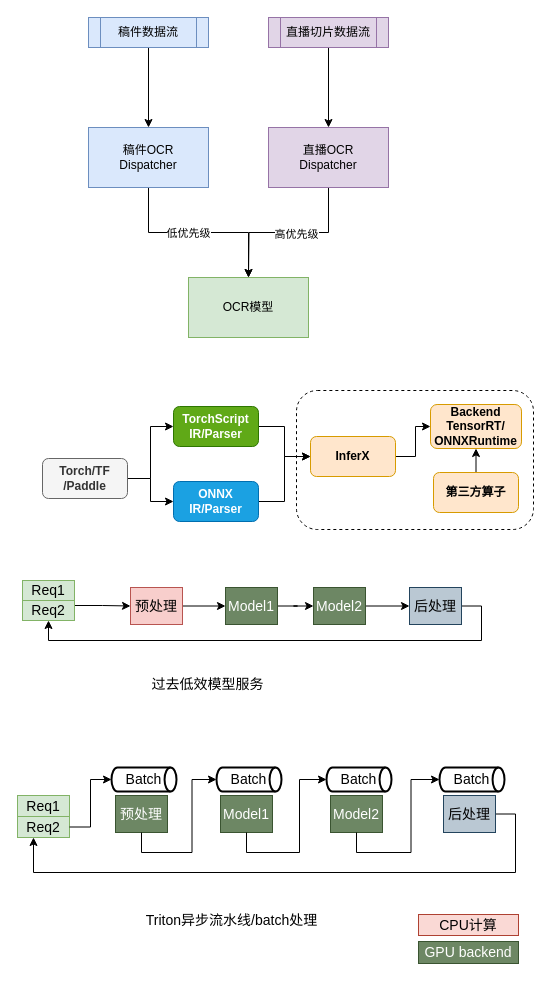
The draw.io diagram 41.drawio in johnsondeng/drawio, before the edit. Source tidied: cells renumbered, new cells numbered last; positions are measured from the earlier drawing's top-left corner, leaving out a move shared by most shapes. Both pictures are drawn from the tidied source at 100%, with x=0, y=0 at pixel (17, 17).
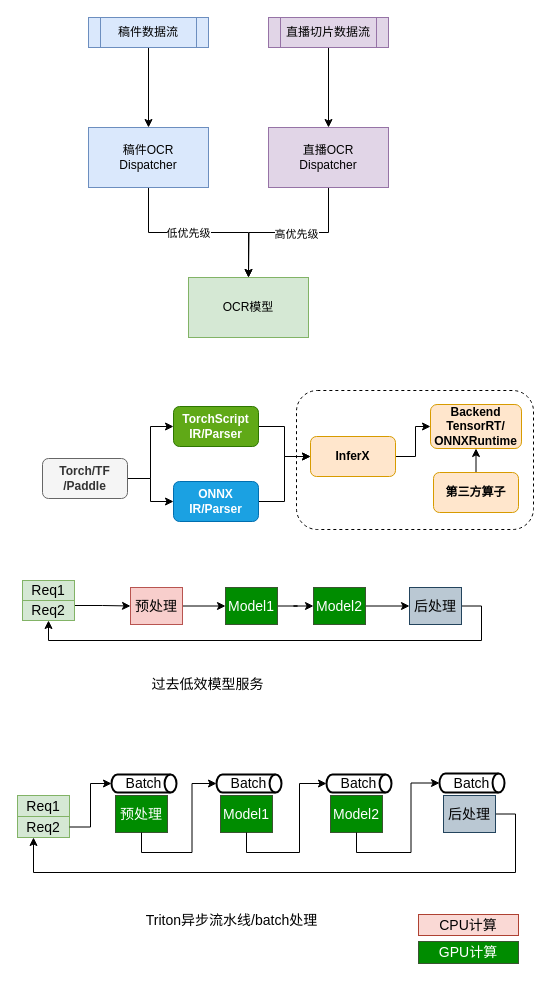
The same page after the edit.

The edit, as a diff of the source:
```diff
@@
-    <mxCell id="29" value="Model1" style="rounded=0;whiteSpace=wrap;html=1;fillColor=#6d8764;strokeColor=#3A5431;fontColor=#ffffff;fontSize=14;" parent="1" vertex="1">
+    <mxCell id="29" value="Model1" style="rounded=0;whiteSpace=wrap;html=1;fillColor=#008C00;strokeColor=#3A5431;fontColor=#ffffff;fontSize=14;" parent="1" vertex="1">
       <mxGeometry x="208" y="570" width="52" height="37" as="geometry" />
     </mxCell>
@@
-    <mxCell id="31" value="Model2" style="rounded=0;whiteSpace=wrap;html=1;fillColor=#6d8764;strokeColor=#3A5431;fontColor=#ffffff;fontSize=14;" parent="1" vertex="1">
+    <mxCell id="31" value="Model2" style="rounded=0;whiteSpace=wrap;html=1;fillColor=#008C00;strokeColor=#3A5431;fontColor=#ffffff;fontSize=14;" parent="1" vertex="1">
       <mxGeometry x="296" y="570" width="52" height="37" as="geometry" />
     </mxCell>
@@
-    <mxCell id="35" value="预处理" style="rounded=0;whiteSpace=wrap;html=1;fillColor=#6d8764;strokeColor=#3A5431;fontColor=#ffffff;fontSize=14;" parent="1" vertex="1">
+    <mxCell id="35" value="预处理" style="rounded=0;whiteSpace=wrap;html=1;fillColor=#008C00;strokeColor=#3A5431;fontColor=#ffffff;fontSize=14;" parent="1" vertex="1">
       <mxGeometry x="98" y="778" width="52" height="37" as="geometry" />
     </mxCell>
     <mxCell id="36" value="Batch" style="strokeWidth=2;html=1;shape=mxgraph.flowchart.direct_data;whiteSpace=wrap;fontSize=14;" parent="1" vertex="1">
-      <mxGeometry x="94" y="750" width="65" height="24" as="geometry" />
+      <mxGeometry x="94" y="757" width="65" height="18" as="geometry" />
     </mxCell>
-    <mxCell id="37" value="Model1" style="rounded=0;whiteSpace=wrap;html=1;fillColor=#6d8764;strokeColor=#3A5431;fontColor=#ffffff;fontSize=14;" parent="1" vertex="1">
+    <mxCell id="37" value="Model1" style="rounded=0;whiteSpace=wrap;html=1;fillColor=#008C00;strokeColor=#3A5431;fontColor=#ffffff;fontSize=14;" parent="1" vertex="1">
       <mxGeometry x="203" y="778" width="52" height="37" as="geometry" />
     </mxCell>
     <mxCell id="38" value="Batch" style="strokeWidth=2;html=1;shape=mxgraph.flowchart.direct_data;whiteSpace=wrap;fontSize=14;" parent="1" vertex="1">
-      <mxGeometry x="199" y="750" width="65" height="24" as="geometry" />
+      <mxGeometry x="199" y="757" width="65" height="18" as="geometry" />
     </mxCell>
-    <mxCell id="39" value="Model2" style="rounded=0;whiteSpace=wrap;html=1;fillColor=#6d8764;strokeColor=#3A5431;fontColor=#ffffff;fontSize=14;" parent="1" vertex="1">
+    <mxCell id="39" value="Model2" style="rounded=0;whiteSpace=wrap;html=1;fillColor=#008C00;strokeColor=#3A5431;fontColor=#ffffff;fontSize=14;" parent="1" vertex="1">
       <mxGeometry x="313" y="778" width="52" height="37" as="geometry" />
     </mxCell>
     <mxCell id="40" value="Batch" style="strokeWidth=2;html=1;shape=mxgraph.flowchart.direct_data;whiteSpace=wrap;fontSize=14;" parent="1" vertex="1">
-      <mxGeometry x="309" y="750" width="65" height="24" as="geometry" />
+      <mxGeometry x="309" y="757" width="65" height="18" as="geometry" />
     </mxCell>
@@
     <mxCell id="43" value="Batch" style="strokeWidth=2;html=1;shape=mxgraph.flowchart.direct_data;whiteSpace=wrap;fontSize=14;" parent="1" vertex="1">
-      <mxGeometry x="422" y="750" width="65" height="24" as="geometry" />
+      <mxGeometry x="422" y="756" width="65" height="19" as="geometry" />
     </mxCell>
@@
-    <mxCell id="52" value="GPU backend" style="rounded=0;whiteSpace=wrap;html=1;fillColor=#6d8764;strokeColor=#3A5431;fontColor=#ffffff;fontSize=14;" parent="1" vertex="1">
+    <mxCell id="52" value="GPU计算" style="rounded=0;whiteSpace=wrap;html=1;fillColor=#008C00;strokeColor=#3A5431;fontColor=#ffffff;fontSize=14;" parent="1" vertex="1">
       <mxGeometry x="401" y="924" width="100" height="22" as="geometry" />
     </mxCell>
```
